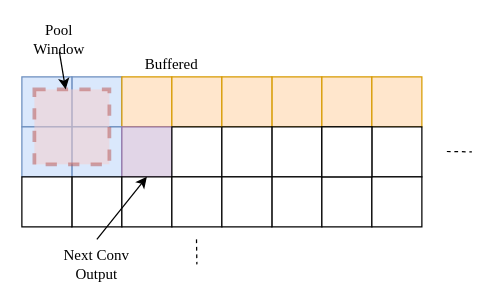
kayaleitner/FPGA_MNIST keeps this draw.io diagram as tex/specification/img/pool.drawio. Above is the earlier version. Source tidied: cells renumbered, new cells numbered last; positions are measured from the earlier drawing's top-left corner, leaving out a move shared by most shapes. Both pictures are drawn from the tidied source at 125%, with x=0, y=0 at pixel (21, 26).
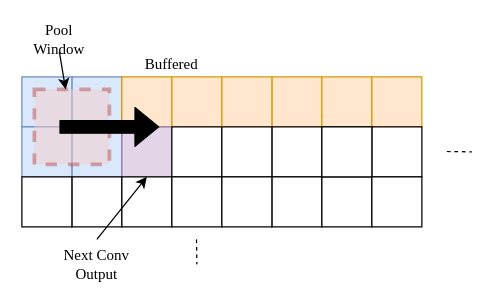
After the change.

The change refers to these unchanged cells:
```xml
<mxCell id="7" style="whiteSpace=wrap;html=1;fontFamily=Times;FType=g;fillColor=#e1d5e7;strokeColor=#9673a6;" parent="1" vertex="1">
  <mxGeometry x="80" y="80" width="40" height="40" as="geometry" />
</mxCell>
```

Diff of the diagram source:
```diff
@@
+    <mxCell id="35" style="shape=flexArrow;endArrow=classic;html=1;fillColor=#000000;gradientColor=none;entryX=0.75;entryY=0;entryDx=0;entryDy=0;" parent="1" edge="1" target="7">
+      <mxGeometry relative="1" as="geometry">
+        <mxPoint x="30" y="80" as="sourcePoint" />
+      </mxGeometry>
+    </mxCell>
```
